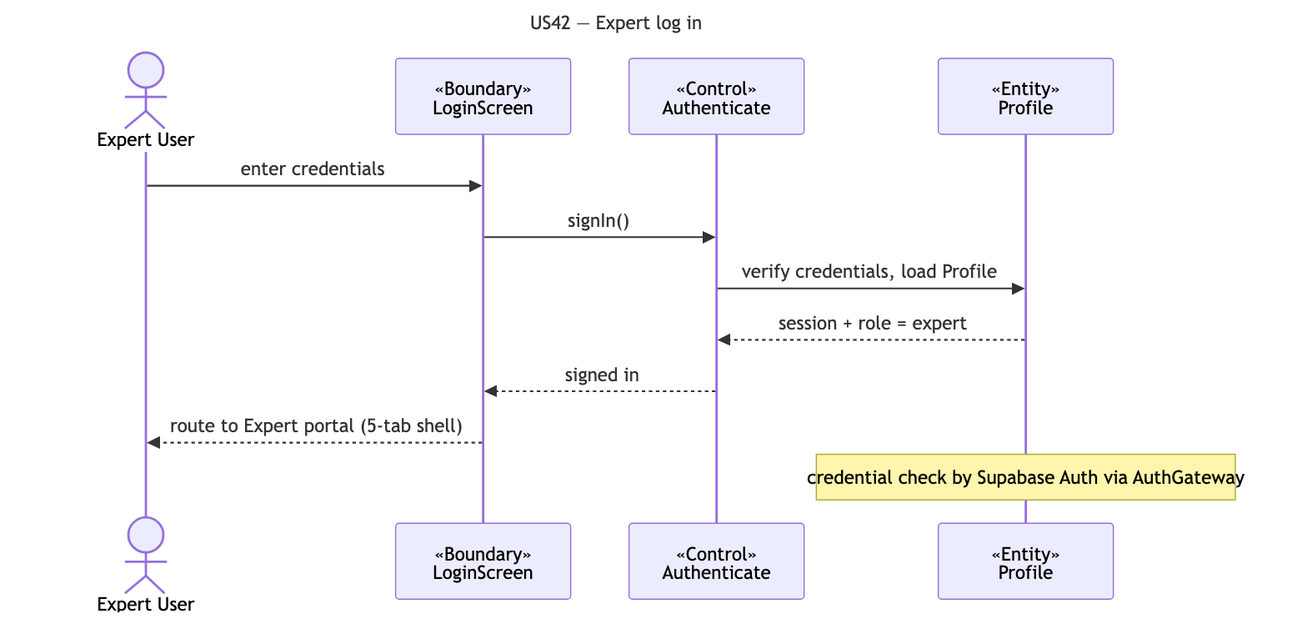
Before: docs/deliverables/sequence-diagrams/US42-expert-login.png, a diagram exported from Mermaid (cyuanjun/FYP-26-S2-37-app). Its source is kept beside it as docs/deliverables/sequence-diagrams/src/US42-expert-login.mmd.
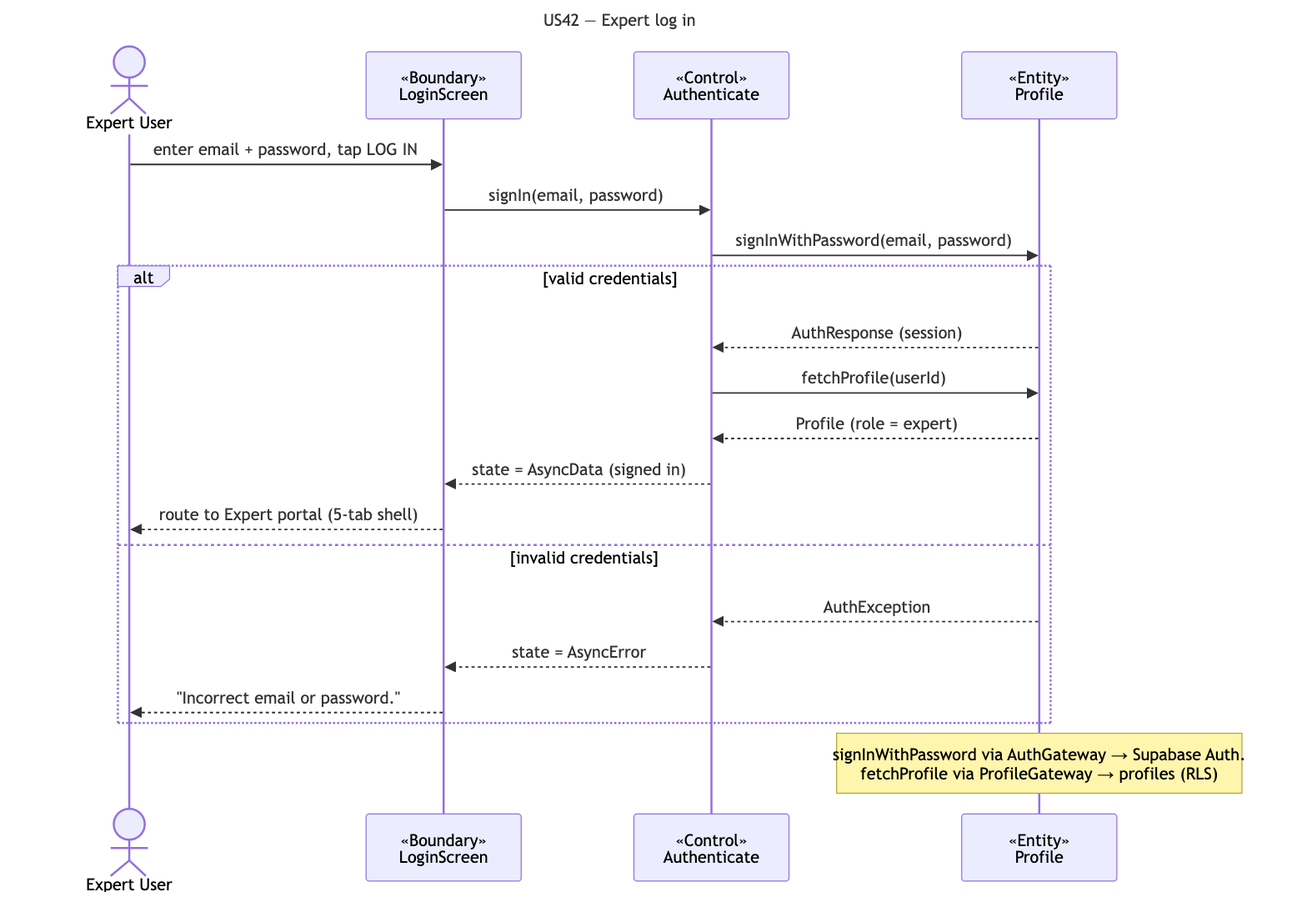
Later version of the same file.

What changed in the source:
```diff
@@ -6,10 +6,18 @@
   participant B as «Boundary»<br/>LoginScreen
   participant C as «Control»<br/>Authenticate
   participant E as «Entity»<br/>Profile
-  A->>B: enter credentials
-  B->>C: signIn()
-  C->>E: verify credentials, load Profile
-  E-->>C: session + role = expert
-  C-->>B: signed in
-  B-->>A: route to Expert portal (5-tab shell)
-  note over E: credential check by Supabase Auth via AuthGateway
+  A->>B: enter email + password, tap LOG IN
+  B->>C: signIn(email, password)
+  C->>E: signInWithPassword(email, password)
+  alt valid credentials
+    E-->>C: AuthResponse (session)
+    C->>E: fetchProfile(userId)
+    E-->>C: Profile (role = expert)
+    C-->>B: state = AsyncData (signed in)
+    B-->>A: route to Expert portal (5-tab shell)
+  else invalid credentials
+    E-->>C: AuthException
+    C-->>B: state = AsyncError
+    B-->>A: "Incorrect email or password."
+  end
+  note over E: signInWithPassword via AuthGateway → Supabase Auth.<br/>fetchProfile via ProfileGateway → profiles (RLS)
```
